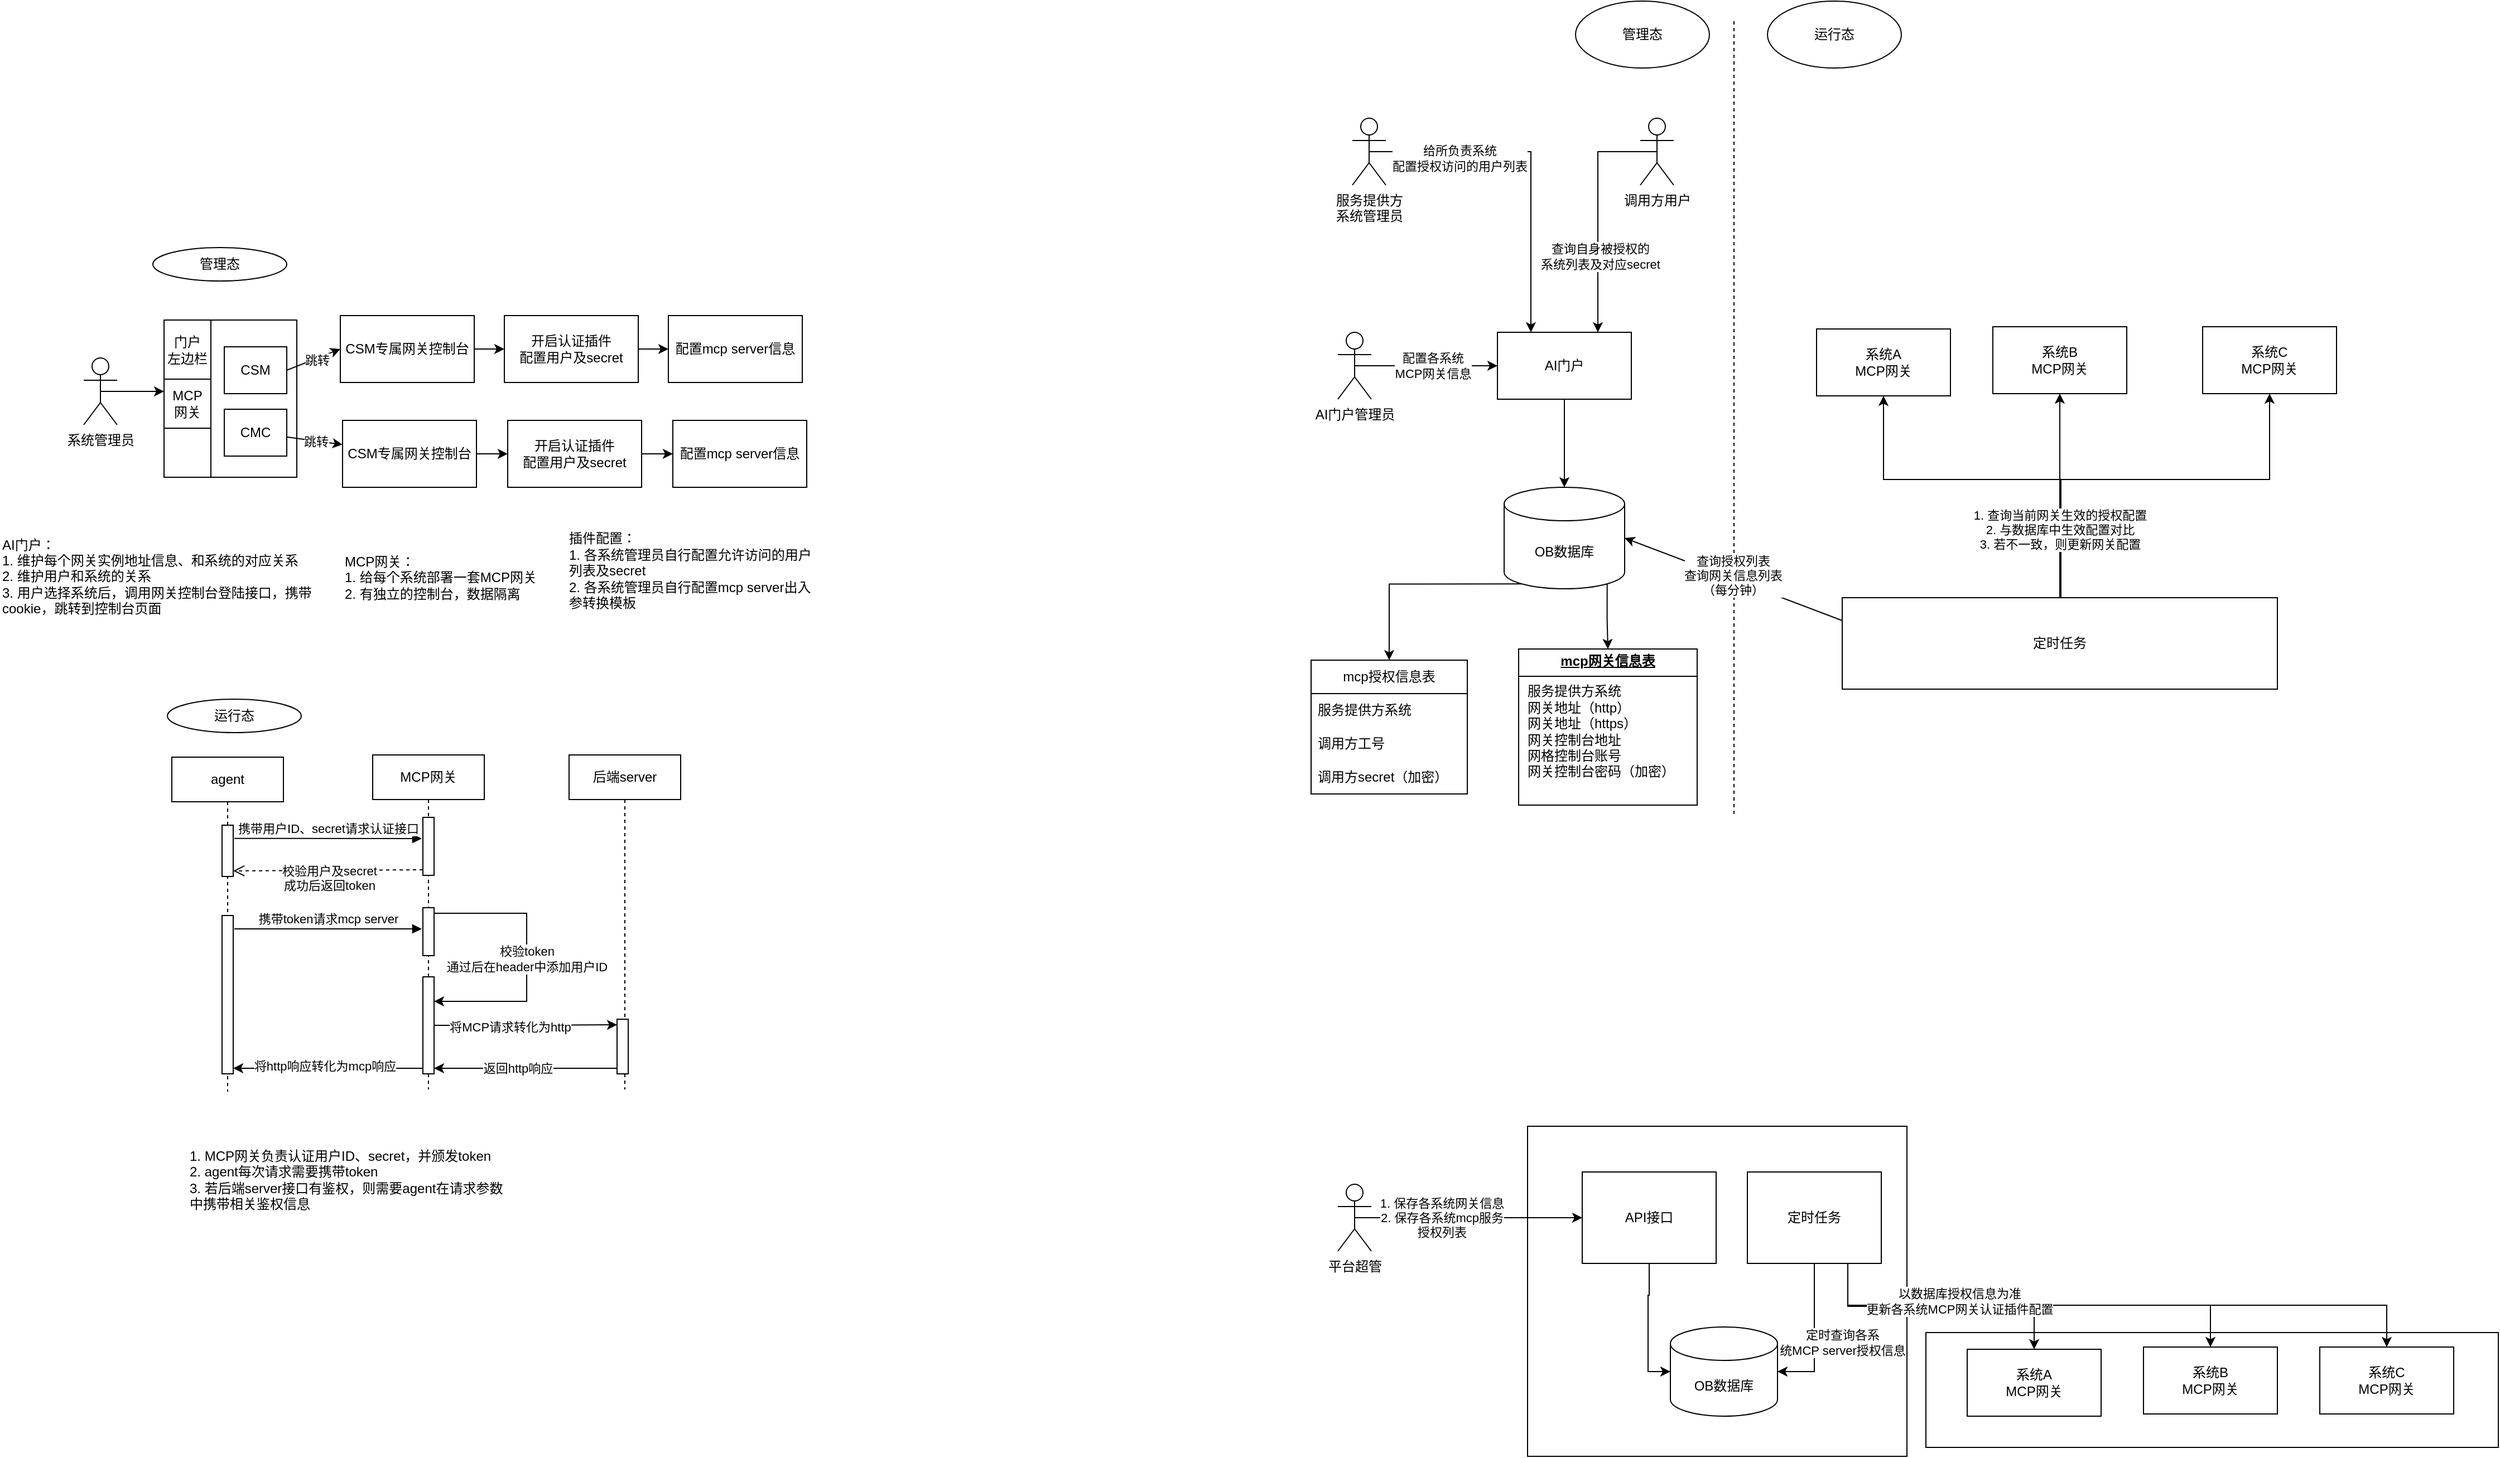
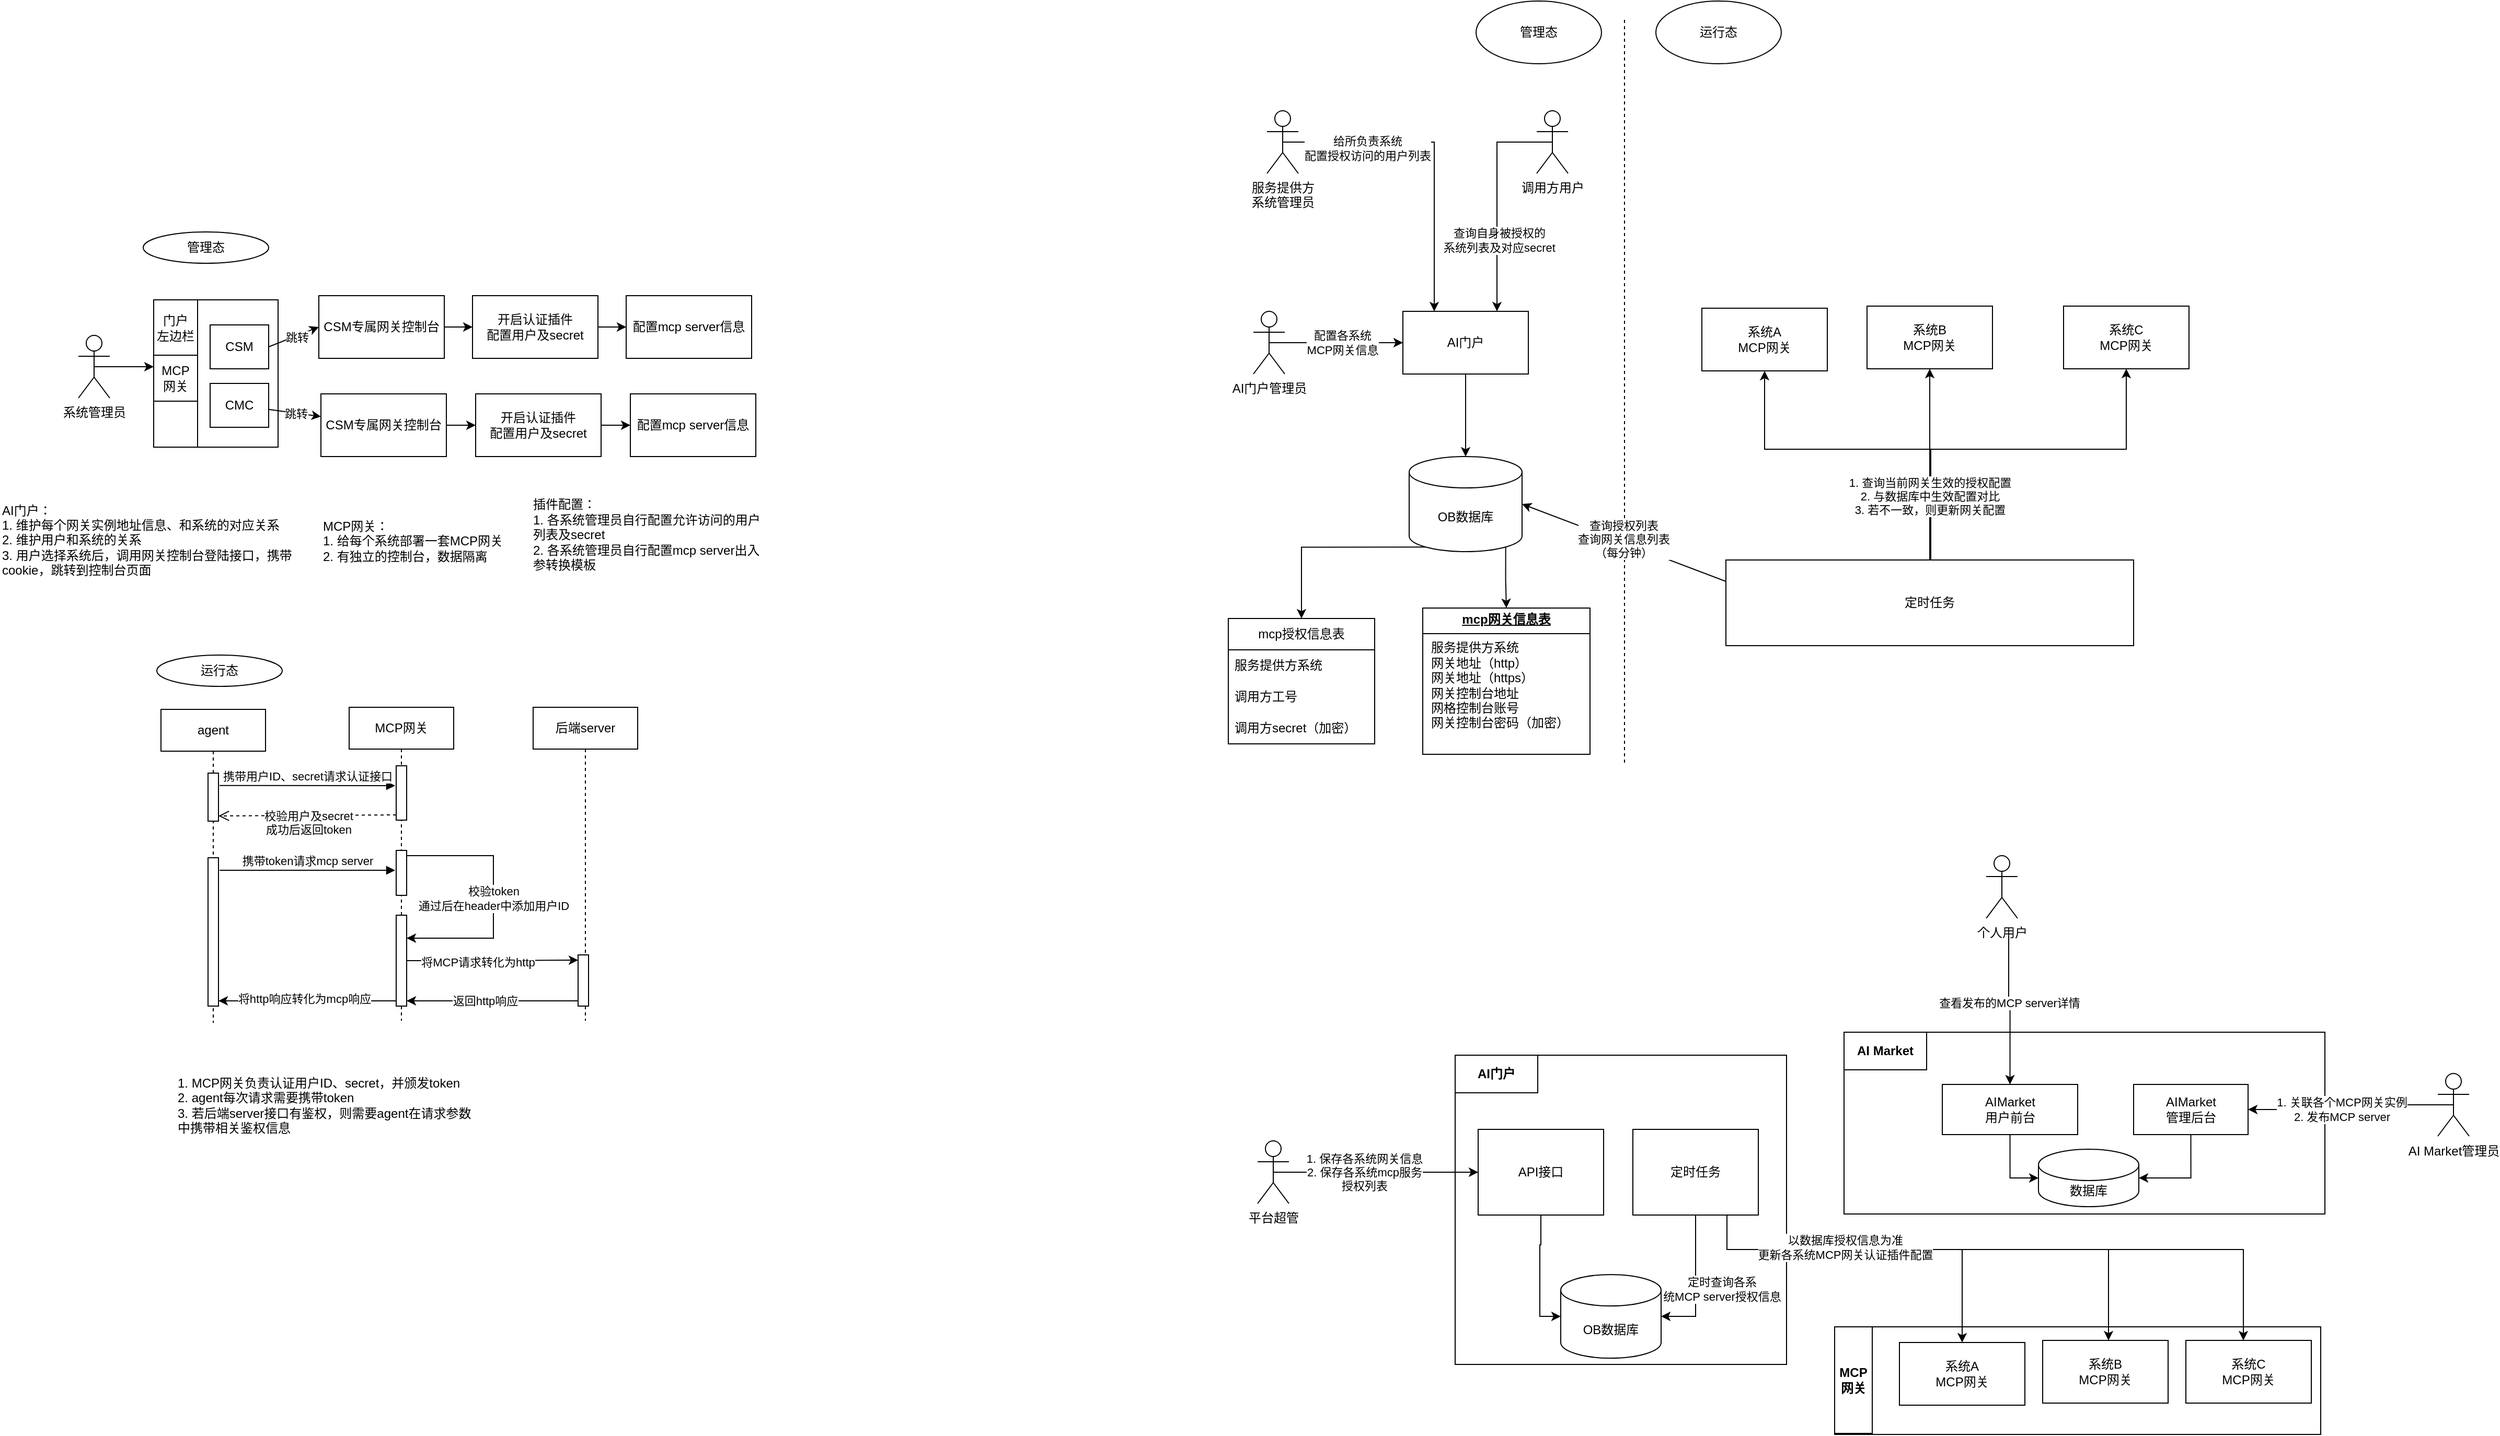
<mxfile host="app.diagrams.net">
  <diagram name="第 1 页" id="v2hsfRa7gXxFo1c_jMZc">
    <mxGraphModel dx="1568" dy="1163" grid="0" gridSize="10" guides="1" tooltips="1" connect="1" arrows="1" fold="1" page="0" pageScale="1" pageWidth="827" pageHeight="1169" math="0" shadow="0">
      <root>
        <mxCell id="0" />
        <mxCell id="1" parent="0" />
+         <mxCell id="0jYzeJ2Ehw4HYuAYkjmJ-59" parent="1" style="rounded=0;whiteSpace=wrap;html=1;" value="" vertex="1">
+           <mxGeometry height="174" width="460" x="1675" y="805" as="geometry" />
+         </mxCell>
        <mxCell id="0jYzeJ2Ehw4HYuAYkjmJ-43" parent="1" style="rounded=0;whiteSpace=wrap;html=1;" value="" vertex="1">
-           <mxGeometry height="103" width="513" x="1637" y="1012" as="geometry" />
+           <mxGeometry height="103" width="465" x="1666" y="1087" as="geometry" />
        </mxCell>
        <mxCell id="Vr7ZYQnQsq7QcT0ujrnK-1" parent="1" style="rounded=0;whiteSpace=wrap;html=1;" value="" vertex="1">
          <mxGeometry height="141" width="119" x="58" y="104" as="geometry" />
        </mxCell>
        <mxCell id="Vr7ZYQnQsq7QcT0ujrnK-2" parent="1" style="rounded=0;whiteSpace=wrap;html=1;" value="" vertex="1">
          <mxGeometry height="141" width="42" x="58" y="104" as="geometry" />
        </mxCell>
        <mxCell id="Vr7ZYQnQsq7QcT0ujrnK-4" parent="1" style="rounded=0;whiteSpace=wrap;html=1;" value="MCP&lt;div&gt;网关&lt;/div&gt;" vertex="1">
          <mxGeometry height="44" width="42" x="58" y="157" as="geometry" />
        </mxCell>
        <mxCell id="Vr7ZYQnQsq7QcT0ujrnK-5" parent="1" style="rounded=0;whiteSpace=wrap;html=1;" value="门户&lt;div&gt;左边栏&lt;/div&gt;" vertex="1">
          <mxGeometry height="53" width="42" x="58" y="104" as="geometry" />
        </mxCell>
        <mxCell id="Vr7ZYQnQsq7QcT0ujrnK-9" edge="1" parent="1" source="Vr7ZYQnQsq7QcT0ujrnK-6" style="rounded=0;orthogonalLoop=1;jettySize=auto;html=1;exitX=1;exitY=0.5;exitDx=0;exitDy=0;entryX=0;entryY=0.5;entryDx=0;entryDy=0;" target="Vr7ZYQnQsq7QcT0ujrnK-8">
          <mxGeometry relative="1" as="geometry" />
        </mxCell>
        <mxCell id="Vr7ZYQnQsq7QcT0ujrnK-12" connectable="0" parent="Vr7ZYQnQsq7QcT0ujrnK-9" style="edgeLabel;html=1;align=center;verticalAlign=middle;resizable=0;points=[];" value="跳转" vertex="1">
          <mxGeometry relative="1" x="0.0797" y="-1" as="geometry">
            <mxPoint as="offset" />
          </mxGeometry>
        </mxCell>
        <mxCell id="Vr7ZYQnQsq7QcT0ujrnK-6" parent="1" style="rounded=0;whiteSpace=wrap;html=1;" value="CSM" vertex="1">
          <mxGeometry height="42" width="56" x="112" y="128" as="geometry" />
        </mxCell>
        <mxCell id="Vr7ZYQnQsq7QcT0ujrnK-11" edge="1" parent="1" source="Vr7ZYQnQsq7QcT0ujrnK-7" style="rounded=0;orthogonalLoop=1;jettySize=auto;html=1;" target="Vr7ZYQnQsq7QcT0ujrnK-10" value="">
          <mxGeometry relative="1" as="geometry" />
        </mxCell>
        <mxCell id="Vr7ZYQnQsq7QcT0ujrnK-13" connectable="0" parent="Vr7ZYQnQsq7QcT0ujrnK-11" style="edgeLabel;html=1;align=center;verticalAlign=middle;resizable=0;points=[];" value="跳转" vertex="1">
          <mxGeometry relative="1" x="0.0168" as="geometry">
            <mxPoint as="offset" />
          </mxGeometry>
        </mxCell>
        <mxCell id="Vr7ZYQnQsq7QcT0ujrnK-7" parent="1" style="rounded=0;whiteSpace=wrap;html=1;" value="CMC" vertex="1">
          <mxGeometry height="42" width="56" x="112" y="184" as="geometry" />
        </mxCell>
        <mxCell id="Vr7ZYQnQsq7QcT0ujrnK-15" edge="1" parent="1" source="Vr7ZYQnQsq7QcT0ujrnK-8" style="edgeStyle=orthogonalEdgeStyle;rounded=0;orthogonalLoop=1;jettySize=auto;html=1;" target="Vr7ZYQnQsq7QcT0ujrnK-14" value="">
          <mxGeometry relative="1" as="geometry" />
        </mxCell>
        <mxCell id="Vr7ZYQnQsq7QcT0ujrnK-8" parent="1" style="rounded=0;whiteSpace=wrap;html=1;" value="CSM专属网关控制台" vertex="1">
          <mxGeometry height="60" width="120" x="216" y="100" as="geometry" />
        </mxCell>
        <mxCell id="Vr7ZYQnQsq7QcT0ujrnK-17" edge="1" parent="1" source="Vr7ZYQnQsq7QcT0ujrnK-10" style="edgeStyle=orthogonalEdgeStyle;rounded=0;orthogonalLoop=1;jettySize=auto;html=1;" target="Vr7ZYQnQsq7QcT0ujrnK-16" value="">
          <mxGeometry relative="1" as="geometry" />
        </mxCell>
        <mxCell id="Vr7ZYQnQsq7QcT0ujrnK-10" parent="1" style="rounded=0;whiteSpace=wrap;html=1;" value="CSM专属网关控制台" vertex="1">
          <mxGeometry height="60" width="120" x="218" y="194" as="geometry" />
        </mxCell>
        <mxCell id="Vr7ZYQnQsq7QcT0ujrnK-43" edge="1" parent="1" source="Vr7ZYQnQsq7QcT0ujrnK-14" style="edgeStyle=orthogonalEdgeStyle;rounded=0;orthogonalLoop=1;jettySize=auto;html=1;" target="Vr7ZYQnQsq7QcT0ujrnK-42" value="">
          <mxGeometry relative="1" as="geometry" />
        </mxCell>
        <mxCell id="Vr7ZYQnQsq7QcT0ujrnK-14" parent="1" style="rounded=0;whiteSpace=wrap;html=1;" value="开启认证插件&lt;div&gt;配置用户及secret&lt;/div&gt;" vertex="1">
          <mxGeometry height="60" width="120" x="363" y="100" as="geometry" />
        </mxCell>
        <mxCell id="Vr7ZYQnQsq7QcT0ujrnK-45" edge="1" parent="1" source="Vr7ZYQnQsq7QcT0ujrnK-16" style="edgeStyle=orthogonalEdgeStyle;rounded=0;orthogonalLoop=1;jettySize=auto;html=1;" target="Vr7ZYQnQsq7QcT0ujrnK-44" value="">
          <mxGeometry relative="1" as="geometry" />
        </mxCell>
        <mxCell id="Vr7ZYQnQsq7QcT0ujrnK-16" parent="1" style="rounded=0;whiteSpace=wrap;html=1;" value="开启认证插件&lt;div&gt;配置用户及secret&lt;/div&gt;" vertex="1">
          <mxGeometry height="60" width="120" x="366" y="194" as="geometry" />
        </mxCell>
        <mxCell id="Vr7ZYQnQsq7QcT0ujrnK-18" parent="1" style="ellipse;whiteSpace=wrap;html=1;" value="管理态" vertex="1">
          <mxGeometry height="30" width="120" x="48" y="39" as="geometry" />
        </mxCell>
        <mxCell id="Vr7ZYQnQsq7QcT0ujrnK-19" parent="1" style="ellipse;whiteSpace=wrap;html=1;" value="运行态" vertex="1">
          <mxGeometry height="30" width="120" x="61" y="444" as="geometry" />
        </mxCell>
        <mxCell id="Vr7ZYQnQsq7QcT0ujrnK-20" parent="1" style="shape=umlLifeline;perimeter=lifelinePerimeter;whiteSpace=wrap;html=1;container=1;dropTarget=0;collapsible=0;recursiveResize=0;outlineConnect=0;portConstraint=eastwest;newEdgeStyle={&quot;curved&quot;:0,&quot;rounded&quot;:0};" value="agent" vertex="1">
          <mxGeometry height="300" width="100" x="65" y="496" as="geometry" />
        </mxCell>
        <mxCell id="Vr7ZYQnQsq7QcT0ujrnK-26" parent="Vr7ZYQnQsq7QcT0ujrnK-20" style="html=1;points=[[0,0,0,0,5],[0,1,0,0,-5],[1,0,0,0,5],[1,1,0,0,-5]];perimeter=orthogonalPerimeter;outlineConnect=0;targetShapes=umlLifeline;portConstraint=eastwest;newEdgeStyle={&quot;curved&quot;:0,&quot;rounded&quot;:0};" value="" vertex="1">
          <mxGeometry height="46" width="10" x="45" y="61" as="geometry" />
        </mxCell>
        <mxCell id="Vr7ZYQnQsq7QcT0ujrnK-21" parent="1" style="shape=umlLifeline;perimeter=lifelinePerimeter;whiteSpace=wrap;html=1;container=1;dropTarget=0;collapsible=0;recursiveResize=0;outlineConnect=0;portConstraint=eastwest;newEdgeStyle={&quot;curved&quot;:0,&quot;rounded&quot;:0};" value="MCP网关" vertex="1">
          <mxGeometry height="300" width="100" x="245" y="494" as="geometry" />
        </mxCell>
        <mxCell id="Vr7ZYQnQsq7QcT0ujrnK-23" parent="Vr7ZYQnQsq7QcT0ujrnK-21" style="html=1;points=[[0,0,0,0,5],[0,1,0,0,-5],[1,0,0,0,5],[1,1,0,0,-5]];perimeter=orthogonalPerimeter;outlineConnect=0;targetShapes=umlLifeline;portConstraint=eastwest;newEdgeStyle={&quot;curved&quot;:0,&quot;rounded&quot;:0};" value="" vertex="1">
          <mxGeometry height="52" width="10" x="45" y="56" as="geometry" />
        </mxCell>
        <mxCell id="Vr7ZYQnQsq7QcT0ujrnK-31" edge="1" parent="Vr7ZYQnQsq7QcT0ujrnK-21" source="Vr7ZYQnQsq7QcT0ujrnK-28" style="edgeStyle=orthogonalEdgeStyle;rounded=0;orthogonalLoop=1;jettySize=auto;html=1;curved=0;exitX=1;exitY=0;exitDx=0;exitDy=5;exitPerimeter=0;" target="Vr7ZYQnQsq7QcT0ujrnK-30">
          <mxGeometry relative="1" as="geometry">
            <Array as="points">
              <mxPoint x="138" y="142" />
              <mxPoint x="138" y="221" />
            </Array>
          </mxGeometry>
        </mxCell>
        <mxCell id="Vr7ZYQnQsq7QcT0ujrnK-32" connectable="0" parent="Vr7ZYQnQsq7QcT0ujrnK-31" style="edgeLabel;html=1;align=center;verticalAlign=middle;resizable=0;points=[];" value="校验token&lt;div&gt;通过后在header中添加用户ID&lt;/div&gt;" vertex="1">
          <mxGeometry relative="1" x="-0.2068" y="1" as="geometry">
            <mxPoint x="-1" y="27" as="offset" />
          </mxGeometry>
        </mxCell>
        <mxCell id="Vr7ZYQnQsq7QcT0ujrnK-28" parent="Vr7ZYQnQsq7QcT0ujrnK-21" style="html=1;points=[[0,0,0,0,5],[0,1,0,0,-5],[1,0,0,0,5],[1,1,0,0,-5]];perimeter=orthogonalPerimeter;outlineConnect=0;targetShapes=umlLifeline;portConstraint=eastwest;newEdgeStyle={&quot;curved&quot;:0,&quot;rounded&quot;:0};" value="" vertex="1">
          <mxGeometry height="43" width="10" x="45" y="137" as="geometry" />
        </mxCell>
        <mxCell id="Vr7ZYQnQsq7QcT0ujrnK-27" parent="Vr7ZYQnQsq7QcT0ujrnK-21" style="html=1;points=[[0,0,0,0,5],[0,1,0,0,-5],[1,0,0,0,5],[1,1,0,0,-5]];perimeter=orthogonalPerimeter;outlineConnect=0;targetShapes=umlLifeline;portConstraint=eastwest;newEdgeStyle={&quot;curved&quot;:0,&quot;rounded&quot;:0};" value="" vertex="1">
          <mxGeometry height="142" width="10" x="-135" y="144" as="geometry" />
        </mxCell>
        <mxCell id="Vr7ZYQnQsq7QcT0ujrnK-29" edge="1" parent="Vr7ZYQnQsq7QcT0ujrnK-21" style="html=1;verticalAlign=bottom;endArrow=block;curved=0;rounded=0;exitX=0.56;exitY=0.243;exitDx=0;exitDy=0;exitPerimeter=0;" value="携带token请求mcp server">
          <mxGeometry relative="1" as="geometry">
            <mxPoint x="-124" y="156" as="sourcePoint" />
            <mxPoint x="44" y="156" as="targetPoint" />
          </mxGeometry>
        </mxCell>
        <mxCell id="Vr7ZYQnQsq7QcT0ujrnK-30" parent="Vr7ZYQnQsq7QcT0ujrnK-21" style="html=1;points=[[0,0,0,0,5],[0,1,0,0,-5],[1,0,0,0,5],[1,1,0,0,-5]];perimeter=orthogonalPerimeter;outlineConnect=0;targetShapes=umlLifeline;portConstraint=eastwest;newEdgeStyle={&quot;curved&quot;:0,&quot;rounded&quot;:0};" value="" vertex="1">
          <mxGeometry height="87" width="10" x="45" y="199" as="geometry" />
        </mxCell>
        <mxCell id="Vr7ZYQnQsq7QcT0ujrnK-39" edge="1" parent="Vr7ZYQnQsq7QcT0ujrnK-21" source="Vr7ZYQnQsq7QcT0ujrnK-30" style="edgeStyle=orthogonalEdgeStyle;rounded=0;orthogonalLoop=1;jettySize=auto;html=1;curved=0;exitX=0;exitY=1;exitDx=0;exitDy=-5;exitPerimeter=0;entryX=1;entryY=1;entryDx=0;entryDy=-5;entryPerimeter=0;" target="Vr7ZYQnQsq7QcT0ujrnK-27">
          <mxGeometry relative="1" as="geometry" />
        </mxCell>
        <mxCell id="Vr7ZYQnQsq7QcT0ujrnK-41" connectable="0" parent="Vr7ZYQnQsq7QcT0ujrnK-39" style="edgeLabel;html=1;align=center;verticalAlign=middle;resizable=0;points=[];" value="将http响应转化为mcp响应" vertex="1">
          <mxGeometry relative="1" x="0.0353" y="-2" as="geometry">
            <mxPoint as="offset" />
          </mxGeometry>
        </mxCell>
        <mxCell id="Vr7ZYQnQsq7QcT0ujrnK-22" parent="1" style="shape=umlLifeline;perimeter=lifelinePerimeter;whiteSpace=wrap;html=1;container=1;dropTarget=0;collapsible=0;recursiveResize=0;outlineConnect=0;portConstraint=eastwest;newEdgeStyle={&quot;curved&quot;:0,&quot;rounded&quot;:0};" value="后端server" vertex="1">
          <mxGeometry height="300" width="100" x="421" y="494" as="geometry" />
        </mxCell>
        <mxCell id="Vr7ZYQnQsq7QcT0ujrnK-33" parent="Vr7ZYQnQsq7QcT0ujrnK-22" style="html=1;points=[[0,0,0,0,5],[0,1,0,0,-5],[1,0,0,0,5],[1,1,0,0,-5]];perimeter=orthogonalPerimeter;outlineConnect=0;targetShapes=umlLifeline;portConstraint=eastwest;newEdgeStyle={&quot;curved&quot;:0,&quot;rounded&quot;:0};" value="" vertex="1">
          <mxGeometry height="49" width="10" x="43" y="237" as="geometry" />
        </mxCell>
        <mxCell id="Vr7ZYQnQsq7QcT0ujrnK-24" edge="1" parent="1" source="Vr7ZYQnQsq7QcT0ujrnK-20" style="html=1;verticalAlign=bottom;endArrow=block;curved=0;rounded=0;exitX=0.56;exitY=0.243;exitDx=0;exitDy=0;exitPerimeter=0;" value="携带用户ID、secret请求认证接口">
          <mxGeometry relative="1" as="geometry">
            <mxPoint x="121" y="574" as="sourcePoint" />
            <mxPoint x="289" y="569" as="targetPoint" />
          </mxGeometry>
        </mxCell>
        <mxCell id="Vr7ZYQnQsq7QcT0ujrnK-35" edge="1" parent="1" source="Vr7ZYQnQsq7QcT0ujrnK-23" style="html=1;verticalAlign=bottom;endArrow=open;dashed=1;endSize=8;curved=0;rounded=0;exitX=0;exitY=1;exitDx=0;exitDy=-5;exitPerimeter=0;entryX=1;entryY=1;entryDx=0;entryDy=-5;entryPerimeter=0;" target="Vr7ZYQnQsq7QcT0ujrnK-26" value="校验用户及secret&lt;div&gt;成功后返回token&lt;/div&gt;">
          <mxGeometry relative="1" x="-0.0102" y="23" as="geometry">
            <mxPoint as="offset" />
            <mxPoint x="266" y="592" as="sourcePoint" />
            <mxPoint x="198" y="595" as="targetPoint" />
          </mxGeometry>
        </mxCell>
        <mxCell id="Vr7ZYQnQsq7QcT0ujrnK-36" edge="1" parent="1" source="Vr7ZYQnQsq7QcT0ujrnK-30" style="edgeStyle=orthogonalEdgeStyle;rounded=0;orthogonalLoop=1;jettySize=auto;html=1;curved=0;entryX=0;entryY=0;entryDx=0;entryDy=5;entryPerimeter=0;" target="Vr7ZYQnQsq7QcT0ujrnK-33">
          <mxGeometry relative="1" as="geometry" />
        </mxCell>
        <mxCell id="Vr7ZYQnQsq7QcT0ujrnK-37" connectable="0" parent="Vr7ZYQnQsq7QcT0ujrnK-36" style="edgeLabel;html=1;align=center;verticalAlign=middle;resizable=0;points=[];" value="将MCP请求转化为http" vertex="1">
          <mxGeometry relative="1" x="-0.1733" as="geometry">
            <mxPoint y="1" as="offset" />
          </mxGeometry>
        </mxCell>
        <mxCell id="Vr7ZYQnQsq7QcT0ujrnK-38" edge="1" parent="1" source="Vr7ZYQnQsq7QcT0ujrnK-33" style="edgeStyle=orthogonalEdgeStyle;rounded=0;orthogonalLoop=1;jettySize=auto;html=1;curved=0;exitX=0;exitY=1;exitDx=0;exitDy=-5;exitPerimeter=0;entryX=1;entryY=1;entryDx=0;entryDy=-5;entryPerimeter=0;" target="Vr7ZYQnQsq7QcT0ujrnK-30">
          <mxGeometry relative="1" as="geometry" />
        </mxCell>
        <mxCell id="Vr7ZYQnQsq7QcT0ujrnK-40" connectable="0" parent="Vr7ZYQnQsq7QcT0ujrnK-38" style="edgeLabel;html=1;align=center;verticalAlign=middle;resizable=0;points=[];" value="返回http响应" vertex="1">
          <mxGeometry relative="1" x="0.0854" as="geometry">
            <mxPoint as="offset" />
          </mxGeometry>
        </mxCell>
        <mxCell id="Vr7ZYQnQsq7QcT0ujrnK-42" parent="1" style="rounded=0;whiteSpace=wrap;html=1;" value="配置mcp server信息" vertex="1">
          <mxGeometry height="60" width="120" x="510" y="100" as="geometry" />
        </mxCell>
        <mxCell id="Vr7ZYQnQsq7QcT0ujrnK-44" parent="1" style="rounded=0;whiteSpace=wrap;html=1;" value="配置mcp server信息" vertex="1">
          <mxGeometry height="60" width="120" x="514" y="194" as="geometry" />
        </mxCell>
        <mxCell id="Vr7ZYQnQsq7QcT0ujrnK-47" parent="1" style="text;html=1;whiteSpace=wrap;strokeColor=none;fillColor=none;align=left;verticalAlign=middle;rounded=0;" value="AI门户：&lt;div&gt;1. 维护每个网关实例地址信息、和系统的对应关系&lt;/div&gt;&lt;div&gt;2. 维护用户和系统的关系&lt;/div&gt;&lt;div&gt;3. 用户选择系统后，调用网关控制台登陆接口，携带cookie，跳转到控制台页面&lt;/div&gt;" vertex="1">
          <mxGeometry height="124" width="280" x="-89" y="272" as="geometry" />
        </mxCell>
        <mxCell id="Vr7ZYQnQsq7QcT0ujrnK-48" parent="1" style="text;html=1;whiteSpace=wrap;strokeColor=none;fillColor=none;align=left;verticalAlign=middle;rounded=0;" value="1. MCP网关负责认证用户ID、secret，并颁发token&lt;br&gt;2. agent每次请求需要携带token&lt;br&gt;&lt;div&gt;3. 若后端server接口有鉴权，则需要agent在请求参数中携带相关鉴权信息&lt;/div&gt;" vertex="1">
          <mxGeometry height="95" width="287" x="79" y="827" as="geometry" />
        </mxCell>
        <mxCell id="Vr7ZYQnQsq7QcT0ujrnK-49" parent="1" style="text;html=1;whiteSpace=wrap;strokeColor=none;fillColor=none;align=left;verticalAlign=middle;rounded=0;" value="MCP网关：&lt;div&gt;1. 给每个系统部署一套MCP网关&lt;/div&gt;&lt;div&gt;2. 有独立的控制台，数据隔离&lt;/div&gt;&lt;div&gt;&lt;br&gt;&lt;/div&gt;" vertex="1">
          <mxGeometry height="124" width="178" x="218" y="280" as="geometry" />
        </mxCell>
        <mxCell id="Vr7ZYQnQsq7QcT0ujrnK-53" edge="1" parent="1" source="Vr7ZYQnQsq7QcT0ujrnK-50" style="edgeStyle=orthogonalEdgeStyle;rounded=0;orthogonalLoop=1;jettySize=auto;html=1;exitX=0.5;exitY=0.5;exitDx=0;exitDy=0;exitPerimeter=0;entryX=0;entryY=0.25;entryDx=0;entryDy=0;" target="Vr7ZYQnQsq7QcT0ujrnK-4">
          <mxGeometry relative="1" as="geometry" />
        </mxCell>
        <mxCell id="Vr7ZYQnQsq7QcT0ujrnK-50" parent="1" style="shape=umlActor;verticalLabelPosition=bottom;verticalAlign=top;html=1;outlineConnect=0;" value="系统管理员" vertex="1">
          <mxGeometry height="60" width="30" x="-14" y="138" as="geometry" />
        </mxCell>
        <mxCell id="Vr7ZYQnQsq7QcT0ujrnK-54" parent="1" style="text;html=1;whiteSpace=wrap;strokeColor=none;fillColor=none;align=left;verticalAlign=middle;rounded=0;" value="插件配置：&lt;div&gt;1. 各系统管理员自行配置允许访问的用户列表及secret&lt;/div&gt;&lt;div&gt;2.&amp;nbsp;&lt;span style=&quot;background-color: transparent; color: light-dark(rgb(0, 0, 0), rgb(255, 255, 255));&quot;&gt;各系统管理员自行配置mcp server出入参转换模板&lt;/span&gt;&lt;/div&gt;&lt;div&gt;&lt;br&gt;&lt;/div&gt;" vertex="1">
          <mxGeometry height="124" width="228" x="419" y="274" as="geometry" />
        </mxCell>
        <mxCell id="Vr7ZYQnQsq7QcT0ujrnK-63" edge="1" parent="1" source="Vr7ZYQnQsq7QcT0ujrnK-55" style="edgeStyle=orthogonalEdgeStyle;rounded=0;orthogonalLoop=1;jettySize=auto;html=1;" target="Vr7ZYQnQsq7QcT0ujrnK-62" value="">
          <mxGeometry relative="1" as="geometry" />
        </mxCell>
        <mxCell id="Vr7ZYQnQsq7QcT0ujrnK-55" parent="1" style="rounded=0;whiteSpace=wrap;html=1;" value="AI门户" vertex="1">
          <mxGeometry height="60" width="120" x="1253" y="115" as="geometry" />
        </mxCell>
        <mxCell id="Vr7ZYQnQsq7QcT0ujrnK-60" edge="1" parent="1" source="Vr7ZYQnQsq7QcT0ujrnK-56" style="edgeStyle=orthogonalEdgeStyle;rounded=0;orthogonalLoop=1;jettySize=auto;html=1;exitX=0.5;exitY=0.5;exitDx=0;exitDy=0;exitPerimeter=0;entryX=0.25;entryY=0;entryDx=0;entryDy=0;" target="Vr7ZYQnQsq7QcT0ujrnK-55">
          <mxGeometry relative="1" as="geometry" />
        </mxCell>
        <mxCell id="Vr7ZYQnQsq7QcT0ujrnK-61" connectable="0" parent="Vr7ZYQnQsq7QcT0ujrnK-60" style="edgeLabel;html=1;align=center;verticalAlign=middle;resizable=0;points=[];" value="给所负责系统&lt;div&gt;配置授权访问的用户列表&lt;/div&gt;" vertex="1">
          <mxGeometry relative="1" x="-0.0388" y="-1" as="geometry">
            <mxPoint x="-63" y="3" as="offset" />
          </mxGeometry>
        </mxCell>
        <mxCell id="Vr7ZYQnQsq7QcT0ujrnK-56" parent="1" style="shape=umlActor;verticalLabelPosition=bottom;verticalAlign=top;html=1;outlineConnect=0;" value="服务提供方&lt;div&gt;系统管理员&lt;/div&gt;" vertex="1">
          <mxGeometry height="60" width="30" x="1123" y="-77" as="geometry" />
        </mxCell>
        <mxCell id="Vr7ZYQnQsq7QcT0ujrnK-68" edge="1" parent="1" source="Vr7ZYQnQsq7QcT0ujrnK-62" style="edgeStyle=orthogonalEdgeStyle;rounded=0;orthogonalLoop=1;jettySize=auto;html=1;entryX=0.5;entryY=0;entryDx=0;entryDy=0;exitX=0.145;exitY=1;exitDx=0;exitDy=-4.35;exitPerimeter=0;" target="Vr7ZYQnQsq7QcT0ujrnK-64" value="">
          <mxGeometry relative="1" as="geometry" />
        </mxCell>
        <mxCell id="0jYzeJ2Ehw4HYuAYkjmJ-21" edge="1" parent="1" source="Vr7ZYQnQsq7QcT0ujrnK-62" style="edgeStyle=orthogonalEdgeStyle;rounded=0;orthogonalLoop=1;jettySize=auto;html=1;exitX=0.855;exitY=1;exitDx=0;exitDy=-4.35;exitPerimeter=0;entryX=0.5;entryY=0;entryDx=0;entryDy=0;" target="0jYzeJ2Ehw4HYuAYkjmJ-20">
          <mxGeometry relative="1" as="geometry" />
        </mxCell>
        <mxCell id="Vr7ZYQnQsq7QcT0ujrnK-62" parent="1" style="shape=cylinder3;whiteSpace=wrap;html=1;boundedLbl=1;backgroundOutline=1;size=15;" value="OB数据库" vertex="1">
          <mxGeometry height="91" width="108" x="1259" y="254" as="geometry" />
        </mxCell>
        <mxCell id="Vr7ZYQnQsq7QcT0ujrnK-64" parent="1" style="swimlane;fontStyle=0;childLayout=stackLayout;horizontal=1;startSize=30;horizontalStack=0;resizeParent=1;resizeParentMax=0;resizeLast=0;collapsible=1;marginBottom=0;whiteSpace=wrap;html=1;" value="mcp授权信息表" vertex="1">
          <mxGeometry height="120" width="140" x="1086" y="409" as="geometry" />
        </mxCell>
        <mxCell id="Vr7ZYQnQsq7QcT0ujrnK-65" parent="Vr7ZYQnQsq7QcT0ujrnK-64" style="text;strokeColor=none;fillColor=none;align=left;verticalAlign=middle;spacingLeft=4;spacingRight=4;overflow=hidden;points=[[0,0.5],[1,0.5]];portConstraint=eastwest;rotatable=0;whiteSpace=wrap;html=1;" value="服务提供方系统" vertex="1">
          <mxGeometry height="30" width="140" y="30" as="geometry" />
        </mxCell>
        <mxCell id="Vr7ZYQnQsq7QcT0ujrnK-66" parent="Vr7ZYQnQsq7QcT0ujrnK-64" style="text;strokeColor=none;fillColor=none;align=left;verticalAlign=middle;spacingLeft=4;spacingRight=4;overflow=hidden;points=[[0,0.5],[1,0.5]];portConstraint=eastwest;rotatable=0;whiteSpace=wrap;html=1;" value="调用方工号" vertex="1">
          <mxGeometry height="30" width="140" y="60" as="geometry" />
        </mxCell>
        <mxCell id="Vr7ZYQnQsq7QcT0ujrnK-67" parent="Vr7ZYQnQsq7QcT0ujrnK-64" style="text;strokeColor=none;fillColor=none;align=left;verticalAlign=middle;spacingLeft=4;spacingRight=4;overflow=hidden;points=[[0,0.5],[1,0.5]];portConstraint=eastwest;rotatable=0;whiteSpace=wrap;html=1;" value="调用方secret（加密）" vertex="1">
          <mxGeometry height="30" width="140" y="90" as="geometry" />
        </mxCell>
        <mxCell id="Vr7ZYQnQsq7QcT0ujrnK-81" edge="1" parent="1" source="Vr7ZYQnQsq7QcT0ujrnK-69" style="edgeStyle=orthogonalEdgeStyle;rounded=0;orthogonalLoop=1;jettySize=auto;html=1;exitX=0.5;exitY=0;exitDx=0;exitDy=0;entryX=0.5;entryY=1;entryDx=0;entryDy=0;" target="Vr7ZYQnQsq7QcT0ujrnK-70">
          <mxGeometry relative="1" as="geometry">
            <Array as="points">
              <mxPoint x="1758" y="247" />
              <mxPoint x="1599" y="247" />
            </Array>
          </mxGeometry>
        </mxCell>
        <mxCell id="Vr7ZYQnQsq7QcT0ujrnK-82" edge="1" parent="1" source="Vr7ZYQnQsq7QcT0ujrnK-69" style="edgeStyle=orthogonalEdgeStyle;rounded=0;orthogonalLoop=1;jettySize=auto;html=1;exitX=0.5;exitY=0;exitDx=0;exitDy=0;" target="Vr7ZYQnQsq7QcT0ujrnK-78">
          <mxGeometry relative="1" as="geometry" />
        </mxCell>
        <mxCell id="Vr7ZYQnQsq7QcT0ujrnK-83" edge="1" parent="1" source="Vr7ZYQnQsq7QcT0ujrnK-69" style="edgeStyle=orthogonalEdgeStyle;rounded=0;orthogonalLoop=1;jettySize=auto;html=1;exitX=0.5;exitY=0;exitDx=0;exitDy=0;entryX=0.5;entryY=1;entryDx=0;entryDy=0;" target="Vr7ZYQnQsq7QcT0ujrnK-79">
          <mxGeometry relative="1" as="geometry">
            <Array as="points">
              <mxPoint x="1758" y="247" />
              <mxPoint x="1945" y="247" />
            </Array>
          </mxGeometry>
        </mxCell>
        <mxCell id="0jYzeJ2Ehw4HYuAYkjmJ-1" connectable="0" parent="Vr7ZYQnQsq7QcT0ujrnK-83" style="edgeLabel;html=1;align=center;verticalAlign=middle;resizable=0;points=[];" value="1. 查询当前网关生效的授权配置&lt;div&gt;2. 与数据库中生效配置对比&lt;/div&gt;&lt;div&gt;3. 若不一致，则更新网关配置&lt;/div&gt;" vertex="1">
          <mxGeometry relative="1" x="-0.5173" y="2" as="geometry">
            <mxPoint x="1" y="27" as="offset" />
          </mxGeometry>
        </mxCell>
        <mxCell id="Vr7ZYQnQsq7QcT0ujrnK-69" parent="1" style="rounded=0;whiteSpace=wrap;html=1;" value="定时任务" vertex="1">
          <mxGeometry height="82" width="390" x="1562" y="353" as="geometry" />
        </mxCell>
        <mxCell id="Vr7ZYQnQsq7QcT0ujrnK-70" parent="1" style="rounded=0;whiteSpace=wrap;html=1;" value="系统A&lt;div&gt;MCP网关&lt;/div&gt;" vertex="1">
          <mxGeometry height="60" width="120" x="1539" y="112" as="geometry" />
        </mxCell>
        <mxCell id="Vr7ZYQnQsq7QcT0ujrnK-74" edge="1" parent="1" source="Vr7ZYQnQsq7QcT0ujrnK-72" style="edgeStyle=orthogonalEdgeStyle;rounded=0;orthogonalLoop=1;jettySize=auto;html=1;entryX=0.75;entryY=0;entryDx=0;entryDy=0;exitX=0.5;exitY=0.5;exitDx=0;exitDy=0;exitPerimeter=0;" target="Vr7ZYQnQsq7QcT0ujrnK-55" value="">
          <mxGeometry relative="1" as="geometry">
            <mxPoint x="1313" y="-9" as="sourcePoint" />
            <mxPoint x="1313" y="40" as="targetPoint" />
          </mxGeometry>
        </mxCell>
        <mxCell id="Vr7ZYQnQsq7QcT0ujrnK-75" connectable="0" parent="Vr7ZYQnQsq7QcT0ujrnK-74" style="edgeLabel;html=1;align=center;verticalAlign=middle;resizable=0;points=[];" value="查询自身被授权的&lt;div&gt;系统列表及对应secret&lt;/div&gt;" vertex="1">
          <mxGeometry relative="1" x="-0.0323" y="1" as="geometry">
            <mxPoint x="1" y="43" as="offset" />
          </mxGeometry>
        </mxCell>
        <mxCell id="Vr7ZYQnQsq7QcT0ujrnK-72" parent="1" style="shape=umlActor;verticalLabelPosition=bottom;verticalAlign=top;html=1;outlineConnect=0;" value="调用方用户" vertex="1">
          <mxGeometry height="60" width="30" x="1381" y="-77" as="geometry" />
        </mxCell>
        <mxCell id="Vr7ZYQnQsq7QcT0ujrnK-76" edge="1" parent="1" style="endArrow=none;dashed=1;html=1;rounded=0;" value="">
          <mxGeometry height="50" relative="1" width="50" as="geometry">
            <mxPoint x="1465" y="547" as="sourcePoint" />
            <mxPoint x="1465" y="-165" as="targetPoint" />
          </mxGeometry>
        </mxCell>
        <mxCell id="Vr7ZYQnQsq7QcT0ujrnK-78" parent="1" style="rounded=0;whiteSpace=wrap;html=1;" value="系统B&lt;div&gt;MCP网关&lt;/div&gt;" vertex="1">
          <mxGeometry height="60" width="120" x="1697" y="110" as="geometry" />
        </mxCell>
        <mxCell id="Vr7ZYQnQsq7QcT0ujrnK-79" parent="1" style="rounded=0;whiteSpace=wrap;html=1;" value="系统C&lt;div&gt;MCP网关&lt;/div&gt;" vertex="1">
          <mxGeometry height="60" width="120" x="1885" y="110" as="geometry" />
        </mxCell>
        <mxCell id="Vr7ZYQnQsq7QcT0ujrnK-80" edge="1" parent="1" source="Vr7ZYQnQsq7QcT0ujrnK-69" style="rounded=0;orthogonalLoop=1;jettySize=auto;html=1;exitX=0;exitY=0.25;exitDx=0;exitDy=0;entryX=1;entryY=0.5;entryDx=0;entryDy=0;entryPerimeter=0;" target="Vr7ZYQnQsq7QcT0ujrnK-62">
          <mxGeometry relative="1" as="geometry" />
        </mxCell>
        <mxCell id="Vr7ZYQnQsq7QcT0ujrnK-84" connectable="0" parent="Vr7ZYQnQsq7QcT0ujrnK-80" style="edgeLabel;html=1;align=center;verticalAlign=middle;resizable=0;points=[];" value="查询授权列表&lt;div&gt;查询网关信息列表&lt;/div&gt;&lt;div&gt;（每分钟）&lt;/div&gt;" vertex="1">
          <mxGeometry relative="1" x="0.0227" y="-3" as="geometry">
            <mxPoint as="offset" />
          </mxGeometry>
        </mxCell>
        <mxCell id="0jYzeJ2Ehw4HYuAYkjmJ-2" parent="1" style="ellipse;whiteSpace=wrap;html=1;" value="管理态" vertex="1">
          <mxGeometry height="60" width="120" x="1323" y="-182" as="geometry" />
        </mxCell>
        <mxCell id="0jYzeJ2Ehw4HYuAYkjmJ-3" parent="1" style="ellipse;whiteSpace=wrap;html=1;" value="运行态" vertex="1">
          <mxGeometry height="60" width="120" x="1495" y="-182" as="geometry" />
        </mxCell>
        <mxCell id="0jYzeJ2Ehw4HYuAYkjmJ-20" parent="1" style="verticalAlign=top;align=left;overflow=fill;html=1;whiteSpace=wrap;" value="&lt;p style=&quot;margin:0px;margin-top:4px;text-align:center;text-decoration:underline;&quot;&gt;&lt;b&gt;mcp网关信息表&lt;/b&gt;&lt;/p&gt;&lt;hr size=&quot;1&quot; style=&quot;border-style:solid;&quot;&gt;&lt;p style=&quot;margin:0px;margin-left:8px;&quot;&gt;服务提供方系统&lt;/p&gt;&lt;p style=&quot;margin: 0px 0px 0px 8px;&quot;&gt;网关地址（http）&lt;/p&gt;&lt;p style=&quot;margin: 0px 0px 0px 8px;&quot;&gt;网关地址（https）&lt;/p&gt;&lt;p style=&quot;margin:0px;margin-left:8px;&quot;&gt;网关控制台地址&lt;/p&gt;&lt;p style=&quot;margin:0px;margin-left:8px;&quot;&gt;网格控制台账号&lt;/p&gt;&lt;p style=&quot;margin:0px;margin-left:8px;&quot;&gt;网关控制台密码（加密）&lt;/p&gt;&lt;p style=&quot;margin:0px;margin-left:8px;&quot;&gt;&lt;br&gt;&lt;/p&gt;" vertex="1">
          <mxGeometry height="140" width="160" x="1272" y="399" as="geometry" />
        </mxCell>
        <mxCell id="0jYzeJ2Ehw4HYuAYkjmJ-24" edge="1" parent="1" source="0jYzeJ2Ehw4HYuAYkjmJ-23" style="edgeStyle=orthogonalEdgeStyle;rounded=0;orthogonalLoop=1;jettySize=auto;html=1;exitX=0.5;exitY=0.5;exitDx=0;exitDy=0;exitPerimeter=0;entryX=0;entryY=0.5;entryDx=0;entryDy=0;" target="Vr7ZYQnQsq7QcT0ujrnK-55">
          <mxGeometry relative="1" as="geometry" />
        </mxCell>
        <mxCell id="0jYzeJ2Ehw4HYuAYkjmJ-27" connectable="0" parent="0jYzeJ2Ehw4HYuAYkjmJ-24" style="edgeLabel;html=1;align=center;verticalAlign=middle;resizable=0;points=[];" value="配置各系统&lt;div&gt;MCP网关信息&lt;/div&gt;" vertex="1">
          <mxGeometry relative="1" x="0.0871" as="geometry">
            <mxPoint as="offset" />
          </mxGeometry>
        </mxCell>
        <mxCell id="0jYzeJ2Ehw4HYuAYkjmJ-23" parent="1" style="shape=umlActor;verticalLabelPosition=bottom;verticalAlign=top;html=1;outlineConnect=0;" value="AI门户管理员" vertex="1">
          <mxGeometry height="60" width="30" x="1110" y="115" as="geometry" />
        </mxCell>
        <mxCell id="0jYzeJ2Ehw4HYuAYkjmJ-28" parent="1" style="rounded=0;whiteSpace=wrap;html=1;" value="" vertex="1">
-           <mxGeometry height="296" width="340" x="1280" y="827" as="geometry" />
+           <mxGeometry height="296" width="317" x="1303" y="827" as="geometry" />
        </mxCell>
        <mxCell id="0jYzeJ2Ehw4HYuAYkjmJ-29" parent="1" style="rounded=0;whiteSpace=wrap;html=1;" value="API接口" vertex="1">
-           <mxGeometry height="82" width="120" x="1329" y="868" as="geometry" />
-         </mxCell>
-         <mxCell id="0jYzeJ2Ehw4HYuAYkjmJ-44" edge="1" parent="1" source="0jYzeJ2Ehw4HYuAYkjmJ-32" style="edgeStyle=orthogonalEdgeStyle;rounded=0;orthogonalLoop=1;jettySize=auto;html=1;exitX=0.75;exitY=1;exitDx=0;exitDy=0;" target="0jYzeJ2Ehw4HYuAYkjmJ-40">
-           <mxGeometry relative="1" as="geometry" />
+           <mxGeometry height="82" width="120" x="1325" y="898" as="geometry" />
        </mxCell>
        <mxCell id="0jYzeJ2Ehw4HYuAYkjmJ-45" edge="1" parent="1" source="0jYzeJ2Ehw4HYuAYkjmJ-32" style="edgeStyle=orthogonalEdgeStyle;rounded=0;orthogonalLoop=1;jettySize=auto;html=1;exitX=0.75;exitY=1;exitDx=0;exitDy=0;" target="0jYzeJ2Ehw4HYuAYkjmJ-41">
-           <mxGeometry relative="1" as="geometry" />
+           <mxGeometry relative="1" as="geometry">
+             <Array as="points">
+               <mxPoint x="1563" y="1013" />
+               <mxPoint x="1928" y="1013" />
+             </Array>
+           </mxGeometry>
        </mxCell>
        <mxCell id="0jYzeJ2Ehw4HYuAYkjmJ-46" edge="1" parent="1" source="0jYzeJ2Ehw4HYuAYkjmJ-32" style="edgeStyle=orthogonalEdgeStyle;rounded=0;orthogonalLoop=1;jettySize=auto;html=1;exitX=0.75;exitY=1;exitDx=0;exitDy=0;" target="0jYzeJ2Ehw4HYuAYkjmJ-42">
-           <mxGeometry relative="1" as="geometry" />
-         </mxCell>
-         <mxCell id="0jYzeJ2Ehw4HYuAYkjmJ-48" connectable="0" parent="0jYzeJ2Ehw4HYuAYkjmJ-46" style="edgeLabel;html=1;align=center;verticalAlign=middle;resizable=0;points=[];" value="&lt;span style=&quot;background-color: light-dark(#ffffff, var(--ge-dark-color, #121212)); color: light-dark(rgb(0, 0, 0), rgb(255, 255, 255));&quot;&gt;以数据库授权信息为准&lt;/span&gt;&lt;div&gt;&lt;span style=&quot;background-color: light-dark(#ffffff, var(--ge-dark-color, #121212)); color: light-dark(rgb(0, 0, 0), rgb(255, 255, 255));&quot;&gt;更新各系统MCP网关认证插件配置&lt;/span&gt;&lt;/div&gt;" vertex="1">
-           <mxGeometry relative="1" x="-0.5968" y="1" as="geometry">
-             <mxPoint x="25" y="-3" as="offset" />
+           <mxGeometry relative="1" as="geometry">
+             <Array as="points">
+               <mxPoint x="1563" y="1013" />
+               <mxPoint x="2057" y="1013" />
+             </Array>
+           </mxGeometry>
+         </mxCell>
+         <mxCell id="0jYzeJ2Ehw4HYuAYkjmJ-68" edge="1" parent="1" source="0jYzeJ2Ehw4HYuAYkjmJ-32" style="edgeStyle=orthogonalEdgeStyle;rounded=0;orthogonalLoop=1;jettySize=auto;html=1;exitX=0.75;exitY=1;exitDx=0;exitDy=0;" target="0jYzeJ2Ehw4HYuAYkjmJ-40">
+           <mxGeometry relative="1" as="geometry">
+             <Array as="points">
+               <mxPoint x="1563" y="1013" />
+               <mxPoint x="1788" y="1013" />
+             </Array>
+           </mxGeometry>
+         </mxCell>
+         <mxCell id="0jYzeJ2Ehw4HYuAYkjmJ-69" connectable="0" parent="0jYzeJ2Ehw4HYuAYkjmJ-68" style="edgeLabel;html=1;align=center;verticalAlign=middle;resizable=0;points=[];" value="&lt;span style=&quot;color: light-dark(rgb(0, 0, 0), rgb(255, 255, 255));&quot;&gt;以数据库授权信息为准&lt;/span&gt;&lt;div&gt;&lt;span style=&quot;color: light-dark(rgb(0, 0, 0), rgb(255, 255, 255));&quot;&gt;更新各系统MCP网关认证插件配置&lt;/span&gt;&lt;/div&gt;" vertex="1">
+           <mxGeometry relative="1" x="-0.1527" y="2" as="geometry">
+             <mxPoint x="-1" as="offset" />
          </mxGeometry>
        </mxCell>
        <mxCell id="0jYzeJ2Ehw4HYuAYkjmJ-32" parent="1" style="rounded=0;whiteSpace=wrap;html=1;" value="定时任务" vertex="1">
-           <mxGeometry height="82" width="120" x="1477" y="868" as="geometry" />
+           <mxGeometry height="82" width="120" x="1473" y="898" as="geometry" />
        </mxCell>
        <mxCell id="0jYzeJ2Ehw4HYuAYkjmJ-33" parent="1" style="shape=cylinder3;whiteSpace=wrap;html=1;boundedLbl=1;backgroundOutline=1;size=15;" value="OB数据库" vertex="1">
-           <mxGeometry height="80" width="96" x="1408" y="1007" as="geometry" />
+           <mxGeometry height="80" width="96" x="1404" y="1037" as="geometry" />
        </mxCell>
        <mxCell id="0jYzeJ2Ehw4HYuAYkjmJ-35" edge="1" parent="1" source="0jYzeJ2Ehw4HYuAYkjmJ-34" style="edgeStyle=orthogonalEdgeStyle;rounded=0;orthogonalLoop=1;jettySize=auto;html=1;exitX=0.5;exitY=0.5;exitDx=0;exitDy=0;exitPerimeter=0;" target="0jYzeJ2Ehw4HYuAYkjmJ-29">
          <mxGeometry relative="1" as="geometry" />
        </mxCell>
        <mxCell id="0jYzeJ2Ehw4HYuAYkjmJ-38" connectable="0" parent="0jYzeJ2Ehw4HYuAYkjmJ-35" style="edgeLabel;html=1;align=center;verticalAlign=middle;resizable=0;points=[];" value="1. 保存各系统网关信息&lt;div&gt;2. 保存各系统mcp服务&lt;/div&gt;&lt;div&gt;授权列表&lt;/div&gt;" vertex="1">
          <mxGeometry relative="1" x="-0.2328" as="geometry">
-             <mxPoint x="-1" as="offset" />
+             <mxPoint x="12" as="offset" />
          </mxGeometry>
        </mxCell>
        <mxCell id="0jYzeJ2Ehw4HYuAYkjmJ-34" parent="1" style="shape=umlActor;verticalLabelPosition=bottom;verticalAlign=top;html=1;outlineConnect=0;" value="平台超管" vertex="1">
-           <mxGeometry height="60" width="30" x="1110" y="879" as="geometry" />
+           <mxGeometry height="60" width="30" x="1114" y="909" as="geometry" />
        </mxCell>
        <mxCell id="0jYzeJ2Ehw4HYuAYkjmJ-36" edge="1" parent="1" source="0jYzeJ2Ehw4HYuAYkjmJ-29" style="edgeStyle=orthogonalEdgeStyle;rounded=0;orthogonalLoop=1;jettySize=auto;html=1;exitX=0.5;exitY=1;exitDx=0;exitDy=0;entryX=0;entryY=0.5;entryDx=0;entryDy=0;entryPerimeter=0;" target="0jYzeJ2Ehw4HYuAYkjmJ-33">
          <mxGeometry relative="1" as="geometry" />
        </mxCell>
        <mxCell id="0jYzeJ2Ehw4HYuAYkjmJ-39" edge="1" parent="1" source="0jYzeJ2Ehw4HYuAYkjmJ-32" style="edgeStyle=orthogonalEdgeStyle;rounded=0;orthogonalLoop=1;jettySize=auto;html=1;exitX=0.5;exitY=1;exitDx=0;exitDy=0;entryX=1;entryY=0.5;entryDx=0;entryDy=0;entryPerimeter=0;" target="0jYzeJ2Ehw4HYuAYkjmJ-33">
          <mxGeometry relative="1" as="geometry" />
        </mxCell>
        <mxCell id="0jYzeJ2Ehw4HYuAYkjmJ-47" connectable="0" parent="0jYzeJ2Ehw4HYuAYkjmJ-39" style="edgeLabel;html=1;align=center;verticalAlign=middle;resizable=0;points=[];" value="定时查询各系&lt;div&gt;统MCP server授权信息&lt;/div&gt;" vertex="1">
          <mxGeometry relative="1" x="-0.2385" as="geometry">
            <mxPoint x="25" y="21" as="offset" />
          </mxGeometry>
        </mxCell>
        <mxCell id="0jYzeJ2Ehw4HYuAYkjmJ-40" parent="1" style="rounded=0;whiteSpace=wrap;html=1;" value="系统A&lt;div&gt;MCP网关&lt;/div&gt;" vertex="1">
-           <mxGeometry height="60" width="120" x="1674" y="1027" as="geometry" />
+           <mxGeometry height="60" width="120" x="1728" y="1102" as="geometry" />
        </mxCell>
        <mxCell id="0jYzeJ2Ehw4HYuAYkjmJ-41" parent="1" style="rounded=0;whiteSpace=wrap;html=1;" value="系统B&lt;div&gt;MCP网关&lt;/div&gt;" vertex="1">
-           <mxGeometry height="60" width="120" x="1832" y="1025" as="geometry" />
+           <mxGeometry height="60" width="120" x="1865" y="1100" as="geometry" />
        </mxCell>
        <mxCell id="0jYzeJ2Ehw4HYuAYkjmJ-42" parent="1" style="rounded=0;whiteSpace=wrap;html=1;" value="系统C&lt;div&gt;MCP网关&lt;/div&gt;" vertex="1">
-           <mxGeometry height="60" width="120" x="1990" y="1025" as="geometry" />
+           <mxGeometry height="60" width="120" x="2002" y="1100" as="geometry" />
+         </mxCell>
+         <mxCell id="0jYzeJ2Ehw4HYuAYkjmJ-50" parent="1" style="rounded=0;whiteSpace=wrap;html=1;" value="AIMarket&lt;div&gt;管理后台&lt;/div&gt;" vertex="1">
+           <mxGeometry height="48" width="109.5" x="1952" y="855" as="geometry" />
+         </mxCell>
+         <mxCell id="0jYzeJ2Ehw4HYuAYkjmJ-51" parent="1" style="rounded=0;whiteSpace=wrap;html=1;" value="AIMarket&lt;div&gt;用户前台&lt;/div&gt;" vertex="1">
+           <mxGeometry height="48" width="129.5" x="1769" y="855" as="geometry" />
+         </mxCell>
+         <mxCell id="0jYzeJ2Ehw4HYuAYkjmJ-55" edge="1" parent="1" source="0jYzeJ2Ehw4HYuAYkjmJ-52" style="edgeStyle=orthogonalEdgeStyle;rounded=0;orthogonalLoop=1;jettySize=auto;html=1;exitX=0.717;exitY=1.283;exitDx=0;exitDy=0;exitPerimeter=0;entryX=0.5;entryY=0;entryDx=0;entryDy=0;" target="0jYzeJ2Ehw4HYuAYkjmJ-51">
+           <mxGeometry relative="1" as="geometry" />
+         </mxCell>
+         <mxCell id="0jYzeJ2Ehw4HYuAYkjmJ-56" connectable="0" parent="0jYzeJ2Ehw4HYuAYkjmJ-55" style="edgeLabel;html=1;align=center;verticalAlign=middle;resizable=0;points=[];" value="查看发布的MCP server详情" vertex="1">
+           <mxGeometry relative="1" x="-0.0963" y="-1" as="geometry">
+             <mxPoint as="offset" />
+           </mxGeometry>
+         </mxCell>
+         <mxCell id="0jYzeJ2Ehw4HYuAYkjmJ-52" parent="1" style="shape=umlActor;verticalLabelPosition=bottom;verticalAlign=top;html=1;outlineConnect=0;" value="个人用户" vertex="1">
+           <mxGeometry height="60" width="30" x="1811" y="636" as="geometry" />
+         </mxCell>
+         <mxCell id="0jYzeJ2Ehw4HYuAYkjmJ-58" edge="1" parent="1" source="0jYzeJ2Ehw4HYuAYkjmJ-57" style="edgeStyle=orthogonalEdgeStyle;rounded=0;orthogonalLoop=1;jettySize=auto;html=1;exitX=0.5;exitY=0.5;exitDx=0;exitDy=0;exitPerimeter=0;entryX=1;entryY=0.5;entryDx=0;entryDy=0;" target="0jYzeJ2Ehw4HYuAYkjmJ-50">
+           <mxGeometry relative="1" as="geometry" />
+         </mxCell>
+         <mxCell id="0jYzeJ2Ehw4HYuAYkjmJ-64" connectable="0" parent="0jYzeJ2Ehw4HYuAYkjmJ-58" style="edgeLabel;html=1;align=center;verticalAlign=middle;resizable=0;points=[];" value="1. 关联各个MCP网关实例&lt;div&gt;2. 发布MCP server&lt;/div&gt;" vertex="1">
+           <mxGeometry relative="1" x="0.1079" as="geometry">
+             <mxPoint as="offset" />
+           </mxGeometry>
+         </mxCell>
+         <mxCell id="0jYzeJ2Ehw4HYuAYkjmJ-57" parent="1" style="shape=umlActor;verticalLabelPosition=bottom;verticalAlign=top;html=1;outlineConnect=0;" value="AI Market管理员" vertex="1">
+           <mxGeometry height="60" width="30" x="2243" y="844.5" as="geometry" />
+         </mxCell>
+         <mxCell id="0jYzeJ2Ehw4HYuAYkjmJ-60" parent="1" style="shape=cylinder3;whiteSpace=wrap;html=1;boundedLbl=1;backgroundOutline=1;size=15;" value="数据库" vertex="1">
+           <mxGeometry height="55" width="96" x="1861" y="917" as="geometry" />
+         </mxCell>
+         <mxCell id="0jYzeJ2Ehw4HYuAYkjmJ-61" edge="1" parent="1" source="0jYzeJ2Ehw4HYuAYkjmJ-50" style="edgeStyle=orthogonalEdgeStyle;rounded=0;orthogonalLoop=1;jettySize=auto;html=1;exitX=0.5;exitY=1;exitDx=0;exitDy=0;entryX=1;entryY=0.5;entryDx=0;entryDy=0;entryPerimeter=0;" target="0jYzeJ2Ehw4HYuAYkjmJ-60">
+           <mxGeometry relative="1" as="geometry" />
+         </mxCell>
+         <mxCell id="0jYzeJ2Ehw4HYuAYkjmJ-62" edge="1" parent="1" source="0jYzeJ2Ehw4HYuAYkjmJ-51" style="edgeStyle=orthogonalEdgeStyle;rounded=0;orthogonalLoop=1;jettySize=auto;html=1;exitX=0.5;exitY=1;exitDx=0;exitDy=0;entryX=0;entryY=0.5;entryDx=0;entryDy=0;entryPerimeter=0;" target="0jYzeJ2Ehw4HYuAYkjmJ-60">
+           <mxGeometry relative="1" as="geometry" />
+         </mxCell>
+         <mxCell id="0jYzeJ2Ehw4HYuAYkjmJ-65" parent="1" style="rounded=0;whiteSpace=wrap;html=1;fontStyle=1" value="AI门户" vertex="1">
+           <mxGeometry height="36" width="79" x="1303" y="827" as="geometry" />
+         </mxCell>
+         <mxCell id="0jYzeJ2Ehw4HYuAYkjmJ-66" parent="1" style="rounded=0;whiteSpace=wrap;html=1;fontStyle=1" value="MCP&lt;div&gt;网关&lt;/div&gt;" vertex="1">
+           <mxGeometry height="102" width="36" x="1666" y="1087" as="geometry" />
+         </mxCell>
+         <mxCell id="0jYzeJ2Ehw4HYuAYkjmJ-67" parent="1" style="rounded=0;whiteSpace=wrap;html=1;fontStyle=1" value="AI Market" vertex="1">
+           <mxGeometry height="36" width="79" x="1675" y="805" as="geometry" />
        </mxCell>
      </root>
    </mxGraphModel>
  </diagram>
</mxfile>
